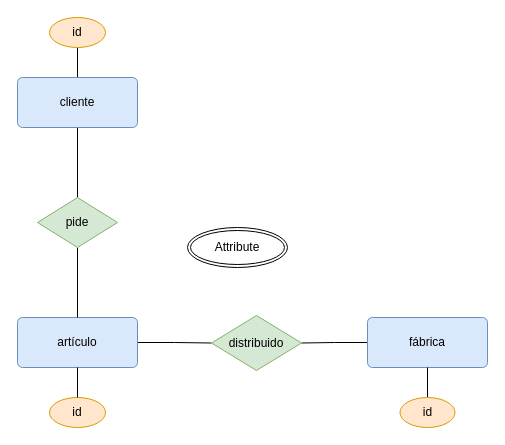
The draw.io diagram Unidad-1/Tareas./Tarea-2/Diagrama sin título.drawio in mdiogc/base-datos, before the edit. Source tidied: cells renumbered, new cells numbered last; positions are measured from the earlier drawing's top-left corner, leaving out a move shared by most shapes. Both pictures are drawn from the tidied source at 100%, with x=0, y=0 at pixel (17, 17).
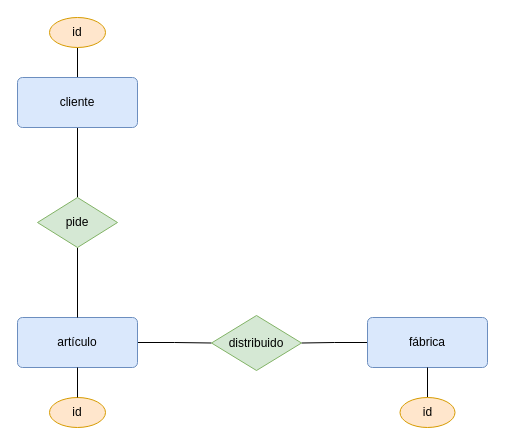
Above is the later version.

Diff of the diagram source:
```diff
@@
 <mxGraphModel>
   <root>
     <mxCell id="0" />
     <mxCell id="1" parent="0" />
     <mxCell id="2" style="edgeStyle=orthogonalEdgeStyle;rounded=0;jettySize=auto;html=1;endArrow=none;endFill=0;" parent="1" edge="1" source="3" target="11">
       <mxGeometry relative="1" as="geometry" />
     </mxCell>
     <mxCell id="3" value="fábrica" style="rounded=1;arcSize=10;whiteSpace=wrap;html=1;align=center;fillColor=#dae8fc;strokeColor=#6c8ebf;" parent="1" vertex="1">
       <mxGeometry x="350" y="300" width="120" height="50" as="geometry" />
     </mxCell>
     <mxCell id="4" style="edgeStyle=orthogonalEdgeStyle;rounded=0;jettySize=auto;html=1;exitX=1;exitY=0.5;exitDx=0;exitDy=0;entryX=0;entryY=0.5;entryDx=0;entryDy=0;endArrow=none;endFill=0;" parent="1" edge="1" source="5" target="11">
       <mxGeometry relative="1" as="geometry" />
     </mxCell>
     <mxCell id="5" value="artículo" style="rounded=1;arcSize=10;whiteSpace=wrap;html=1;align=center;fillColor=#dae8fc;strokeColor=#6c8ebf;" parent="1" vertex="1">
       <mxGeometry y="300" width="120" height="50" as="geometry" />
     </mxCell>
     <mxCell id="6" style="edgeStyle=orthogonalEdgeStyle;rounded=0;jettySize=auto;html=1;entryX=0.5;entryY=0;entryDx=0;entryDy=0;endArrow=none;endFill=0;" parent="1" edge="1" source="8" target="10">
       <mxGeometry relative="1" as="geometry" />
     </mxCell>
     <mxCell id="7" style="edgeStyle=orthogonalEdgeStyle;rounded=0;jettySize=auto;html=1;exitX=0.5;exitY=0;exitDx=0;exitDy=0;entryX=0.5;entryY=1;entryDx=0;entryDy=0;endArrow=none;endFill=0;" parent="1" edge="1" source="8" target="14">
       <mxGeometry relative="1" as="geometry" />
     </mxCell>
     <mxCell id="8" value="cliente" style="rounded=1;arcSize=10;whiteSpace=wrap;html=1;align=center;fillColor=#dae8fc;strokeColor=#6c8ebf;" parent="1" vertex="1">
       <mxGeometry y="60" width="120" height="50" as="geometry" />
     </mxCell>
     <mxCell id="9" style="edgeStyle=orthogonalEdgeStyle;rounded=0;jettySize=auto;html=1;exitX=0.5;exitY=1;exitDx=0;exitDy=0;entryX=0.5;entryY=0;entryDx=0;entryDy=0;endArrow=none;endFill=0;" parent="1" edge="1" source="10" target="5">
       <mxGeometry relative="1" as="geometry" />
     </mxCell>
     <mxCell id="10" value="pide" style="shape=rhombus;perimeter=rhombusPerimeter;whiteSpace=wrap;html=1;align=center;fillColor=#d5e8d4;strokeColor=#82b366;" parent="1" vertex="1">
       <mxGeometry x="20" y="180" width="80" height="50" as="geometry" />
     </mxCell>
     <mxCell id="11" value="distribuido" style="shape=rhombus;perimeter=rhombusPerimeter;whiteSpace=wrap;html=1;align=center;fillColor=#d5e8d4;strokeColor=#82b366;" parent="1" vertex="1">
       <mxGeometry x="194" y="298" width="90" height="55" as="geometry" />
     </mxCell>
     <mxCell id="12" style="edgeStyle=orthogonalEdgeStyle;rounded=0;jettySize=auto;html=1;endArrow=none;endFill=0;" parent="1" edge="1" source="13" target="3">
       <mxGeometry relative="1" as="geometry" />
     </mxCell>
     <mxCell id="13" value="id" style="ellipse;whiteSpace=wrap;html=1;align=center;fillColor=#ffe6cc;strokeColor=#d79b00;" parent="1" vertex="1">
       <mxGeometry x="382.5" y="380" width="55" height="30" as="geometry" />
     </mxCell>
     <mxCell id="14" value="id" style="ellipse;whiteSpace=wrap;html=1;align=center;fillColor=#ffe6cc;strokeColor=#d79b00;" parent="1" vertex="1">
       <mxGeometry x="32" width="56" height="30" as="geometry" />
     </mxCell>
     <mxCell id="15" value="id" style="ellipse;whiteSpace=wrap;html=1;align=center;fillColor=#ffe6cc;strokeColor=#d79b00;" parent="1" vertex="1">
       <mxGeometry x="32" y="380" width="56" height="30" as="geometry" />
     </mxCell>
     <mxCell id="16" style="edgeStyle=orthogonalEdgeStyle;rounded=0;jettySize=auto;html=1;exitX=0.5;exitY=0;exitDx=0;exitDy=0;endArrow=none;endFill=0;" parent="1" edge="1" source="15" target="5">
       <mxGeometry relative="1" as="geometry" />
     </mxCell>
-    <mxCell id="17" value="Attribute" style="ellipse;shape=doubleEllipse;margin=3;whiteSpace=wrap;html=1;align=center;" parent="1" vertex="1">
-      <mxGeometry x="170" y="210" width="100" height="40" as="geometry" />
-    </mxCell>
   </root>
 </mxGraphModel>
```
